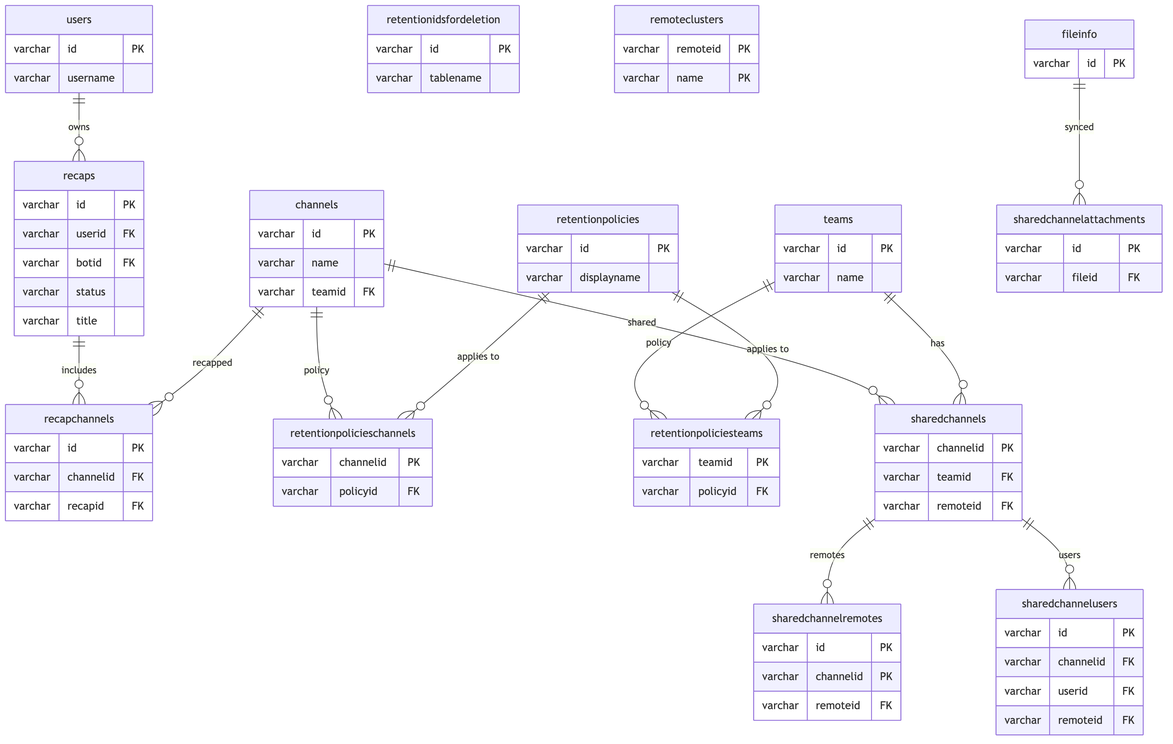
Before: mattermost/sql/diagrams/07-recaps-retention-shared.png, a diagram exported from Mermaid (hungknow/tech-journey). Its source is kept beside it as mattermost/sql/diagrams/07-recaps-retention-shared.mmd.
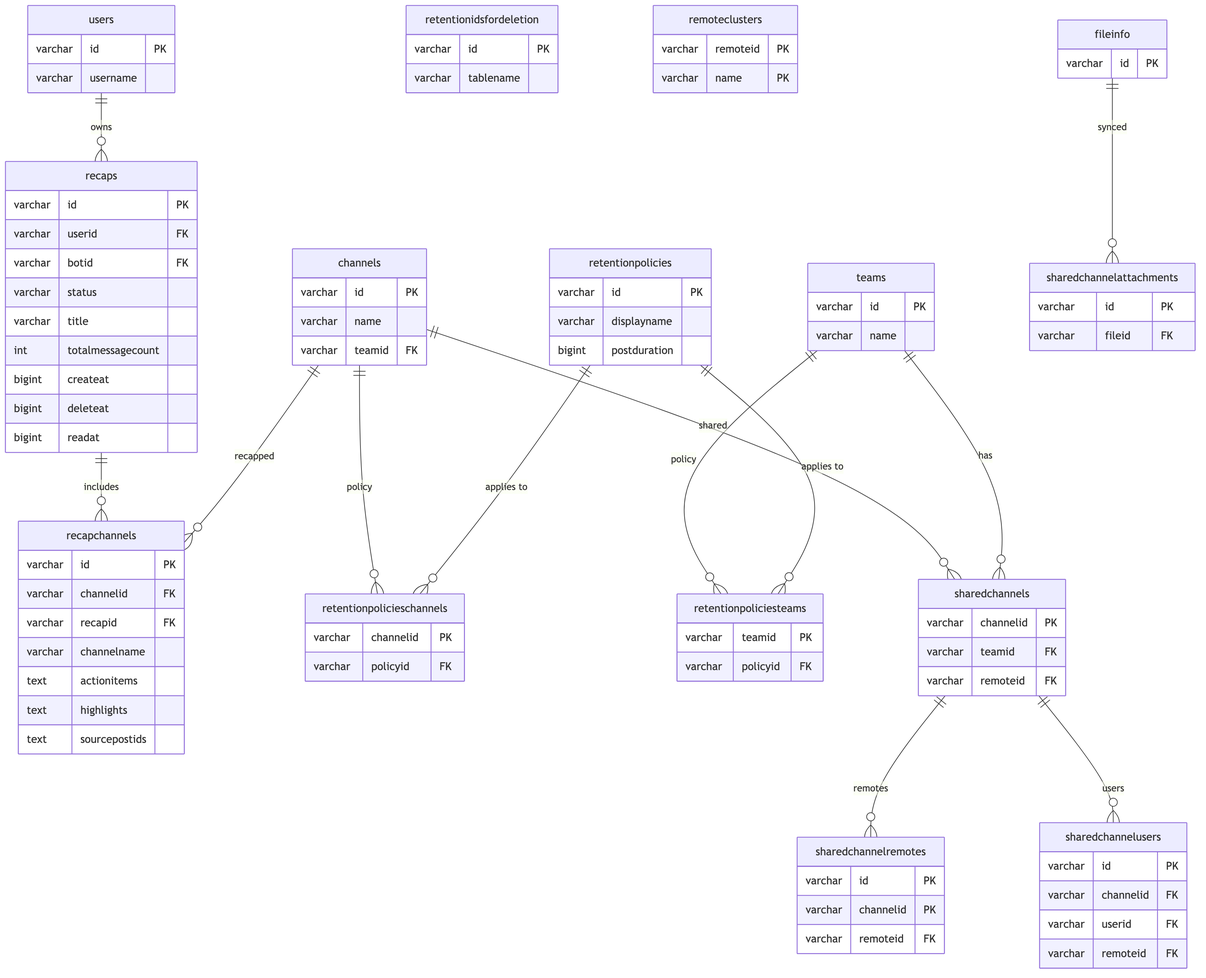
After the change.

What changed in the source:
```diff
@@ -21,17 +21,26 @@
         varchar botid FK
         varchar status
         varchar title
+        int totalmessagecount
+        bigint createat
+        bigint deleteat
+        bigint readat
     }
 
     recapchannels {
         varchar id PK
         varchar channelid FK
         varchar recapid FK
+        varchar channelname
+        text actionitems
+        text highlights
+        text sourcepostids
     }
 
     retentionpolicies {
         varchar id PK
         varchar displayname
+        bigint postduration
     }
 
     retentionpolicieschannels {
```
